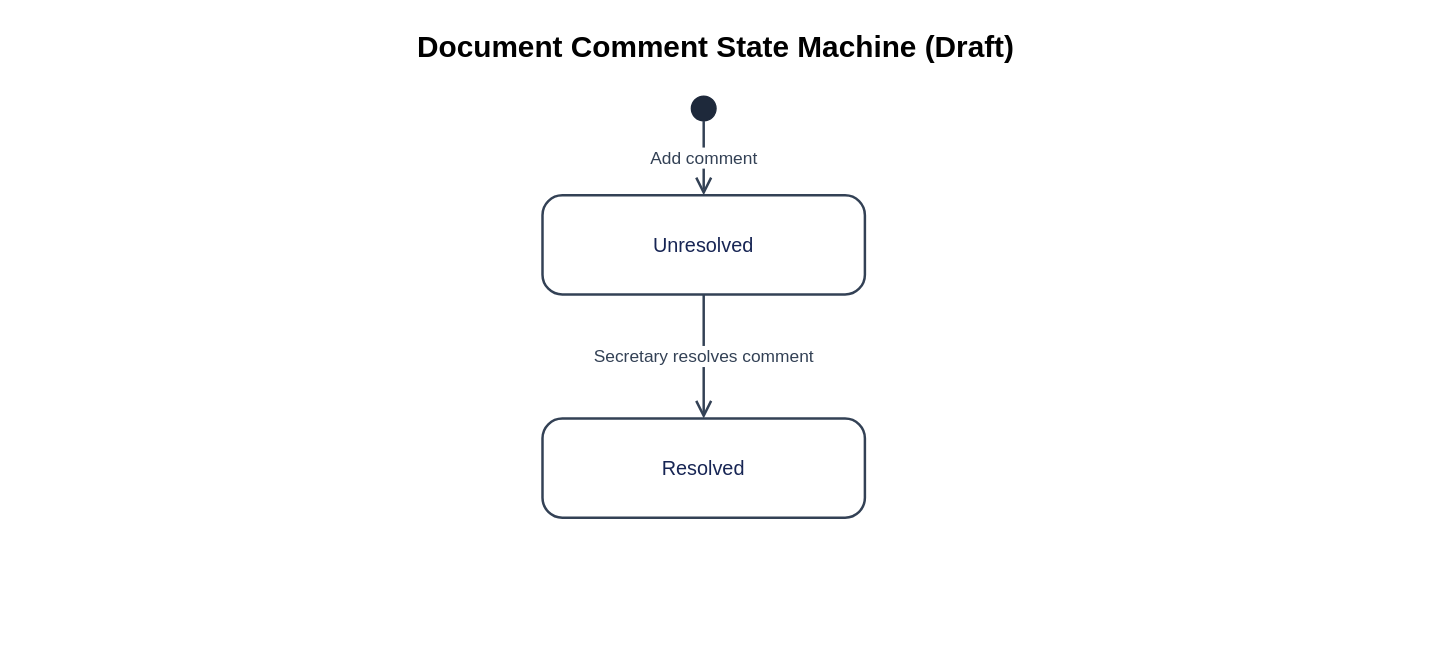
The draw.io diagram docs/10-statemachine/SM-19_DocumentComment.drawio in callmehai/FU-FA26-G116, before the edit. Source tidied: cells renumbered, new cells numbered last; positions are measured from the earlier drawing's top-left corner, leaving out a move shared by most shapes. Both pictures are drawn from the tidied source at 124%, with x=0, y=0 at pixel (21, 21).
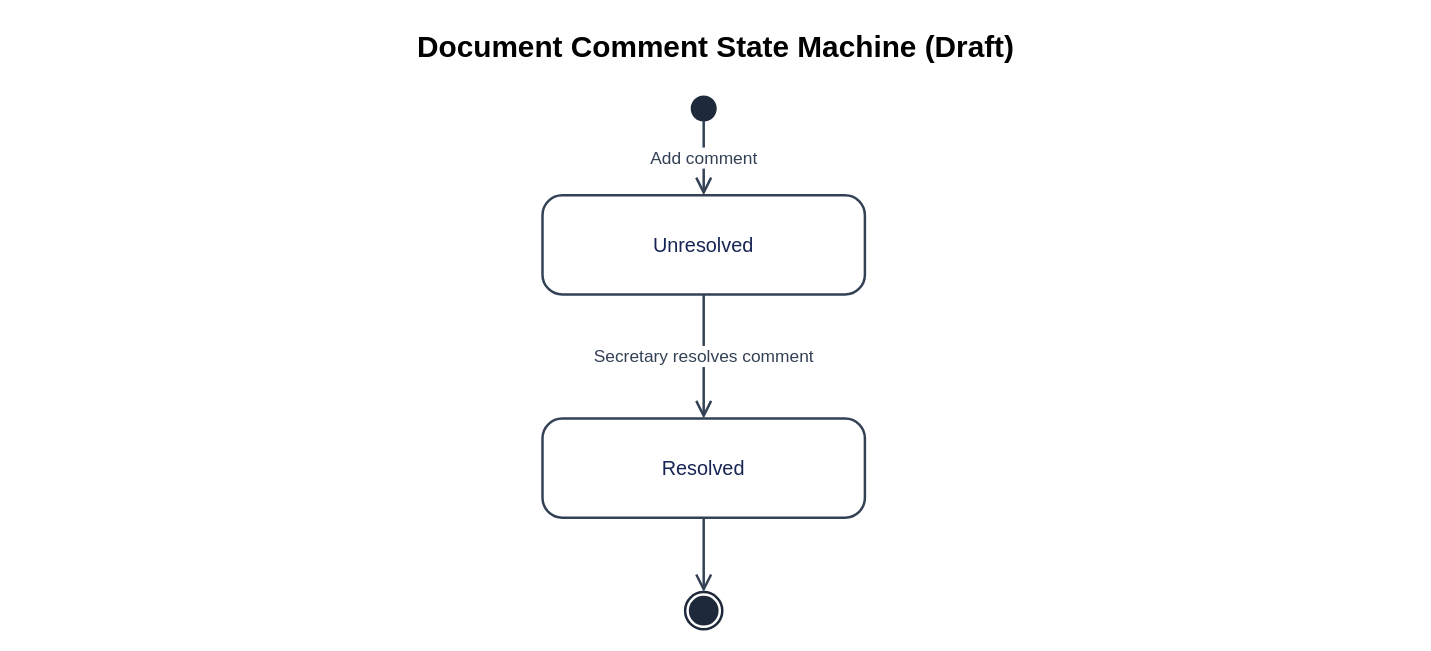
The same diagram, later.

The edit, as a diff of the source:
```diff
@@
 <mxGraphModel background="#ffffff">
   <root>
     <mxCell id="0" />
     <mxCell id="1" parent="0" />
     <mxCell id="2" value="Document Comment State Machine (Draft)" style="html=1;whiteSpace=wrap;fontFamily=Arial;fontSize=16;text;align=center;fontStyle=1;fontSize=24;" parent="1" vertex="1">
       <mxGeometry width="1120" height="50" as="geometry" />
     </mxCell>
     <mxCell id="3" style="html=1;whiteSpace=wrap;fontFamily=Arial;fontSize=16;ellipse;fillColor=#1e293b;strokeColor=#1e293b;" parent="1" vertex="1">
       <mxGeometry x="540" y="60" width="20" height="20" as="geometry" />
     </mxCell>
     <mxCell id="4" value="Unresolved" style="html=1;whiteSpace=wrap;fontFamily=Arial;fontSize=16;rounded=1;arcSize=20;fillColor=#ffffff;strokeColor=#334155;fontColor=#172554;strokeWidth=2;" parent="1" vertex="1">
       <mxGeometry x="420" y="140" width="260" height="80" as="geometry" />
     </mxCell>
     <mxCell id="5" value="Resolved" style="html=1;whiteSpace=wrap;fontFamily=Arial;fontSize=16;rounded=1;arcSize=20;fillColor=#ffffff;strokeColor=#334155;fontColor=#172554;strokeWidth=2;" parent="1" vertex="1">
       <mxGeometry x="420" y="320" width="260" height="80" as="geometry" />
     </mxCell>
     <mxCell id="6" value="Add comment" style="edgeStyle=orthogonalEdgeStyle;rounded=1;jettySize=auto;html=1;endArrow=open;endSize=10;strokeWidth=2;strokeColor=#334155;fontColor=#334155;fontFamily=Arial;fontSize=14;labelBackgroundColor=#ffffff;exitX=0.5;exitY=1;entryX=0.5;entryY=0;" parent="1" edge="1" source="3" target="4">
       <mxGeometry relative="1" as="geometry" />
     </mxCell>
     <mxCell id="7" value="Secretary resolves comment" style="edgeStyle=orthogonalEdgeStyle;rounded=1;jettySize=auto;html=1;endArrow=open;endSize=10;strokeWidth=2;strokeColor=#334155;fontColor=#334155;fontFamily=Arial;fontSize=14;labelBackgroundColor=#ffffff;exitX=0.5;exitY=1;entryX=0.5;entryY=0;" parent="1" edge="1" source="4" target="5">
       <mxGeometry relative="1" as="geometry" />
     </mxCell>
+    <mxCell id="8" style="ellipse;html=1;shape=endState;fillColor=#1e293b;strokeColor=#1e293b;strokeWidth=2;" parent="1" vertex="1">
+      <mxGeometry x="535" y="460" width="30" height="30" as="geometry" />
+    </mxCell>
+    <mxCell id="9" style="edgeStyle=orthogonalEdgeStyle;rounded=1;jettySize=auto;html=1;endArrow=open;endSize=10;strokeWidth=2;strokeColor=#334155;exitX=0.5;exitY=1;entryX=0.5;entryY=0;" parent="1" edge="1" source="5" target="8">
+      <mxGeometry relative="1" as="geometry" />
+    </mxCell>
   </root>
 </mxGraphModel>
```
